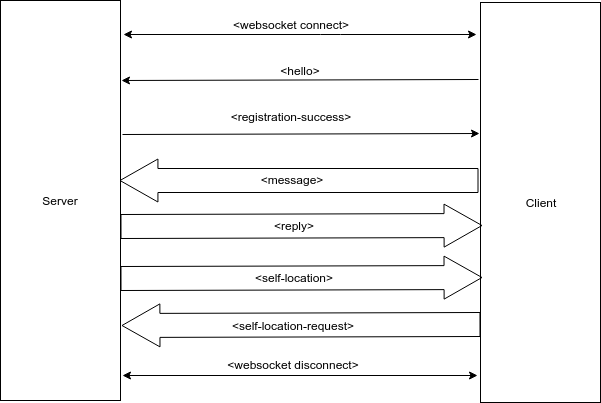
This is docs/message_passing.png from AmeyKamat/MEERA, a draw.io export, as it was before one commit. Source tidied: cells renumbered, new cells last; positions are measured from the earlier drawing's top-left corner, leaving out a move shared by most shapes.
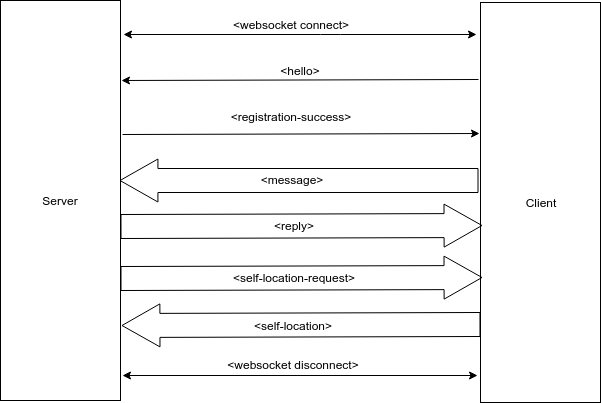
The same file after the commit.

Commit message:
fixing message passing diagram

What changed in the source:
```diff
@@ -52,7 +52,7 @@
         <mxPoint x="121" y="325" as="targetPoint" />
       </mxGeometry>
     </mxCell>
-    <mxCell id="13" value="&amp;lt;self-location-request&amp;gt;" style="text;html=1;strokeColor=none;fillColor=none;align=center;verticalAlign=middle;whiteSpace=wrap;rounded=0;" parent="1" vertex="1">
+    <mxCell id="13" value="&amp;lt;self-location&amp;gt;" style="text;html=1;strokeColor=none;fillColor=none;align=center;verticalAlign=middle;whiteSpace=wrap;rounded=0;" parent="1" vertex="1">
       <mxGeometry x="222" y="315" width="140" height="20" as="geometry" />
     </mxCell>
     <mxCell id="14" style="shape=flexArrow;endArrow=classic;html=1;exitX=1;exitY=0.6;exitDx=0;exitDy=0;exitPerimeter=0;endWidth=18;endSize=12.31;width=24;entryX=0.017;entryY=0.598;entryDx=0;entryDy=0;entryPerimeter=0;" parent="1" edge="1">
@@ -70,7 +70,7 @@
         <mxPoint x="482" y="277" as="targetPoint" />
       </mxGeometry>
     </mxCell>
-    <mxCell id="17" value="&amp;lt;self-location&amp;gt;" style="text;html=1;strokeColor=none;fillColor=none;align=center;verticalAlign=middle;whiteSpace=wrap;rounded=0;" parent="1" vertex="1">
+    <mxCell id="17" value="&amp;lt;self-location-request&amp;gt;" style="text;html=1;strokeColor=none;fillColor=none;align=center;verticalAlign=middle;whiteSpace=wrap;rounded=0;" parent="1" vertex="1">
       <mxGeometry x="223" y="267" width="140" height="20" as="geometry" />
     </mxCell>
     <mxCell id="18" style="endArrow=classic;startArrow=classic;html=1;entryX=-0.025;entryY=0.94;entryDx=0;entryDy=0;entryPerimeter=0;" parent="1" edge="1">
```
